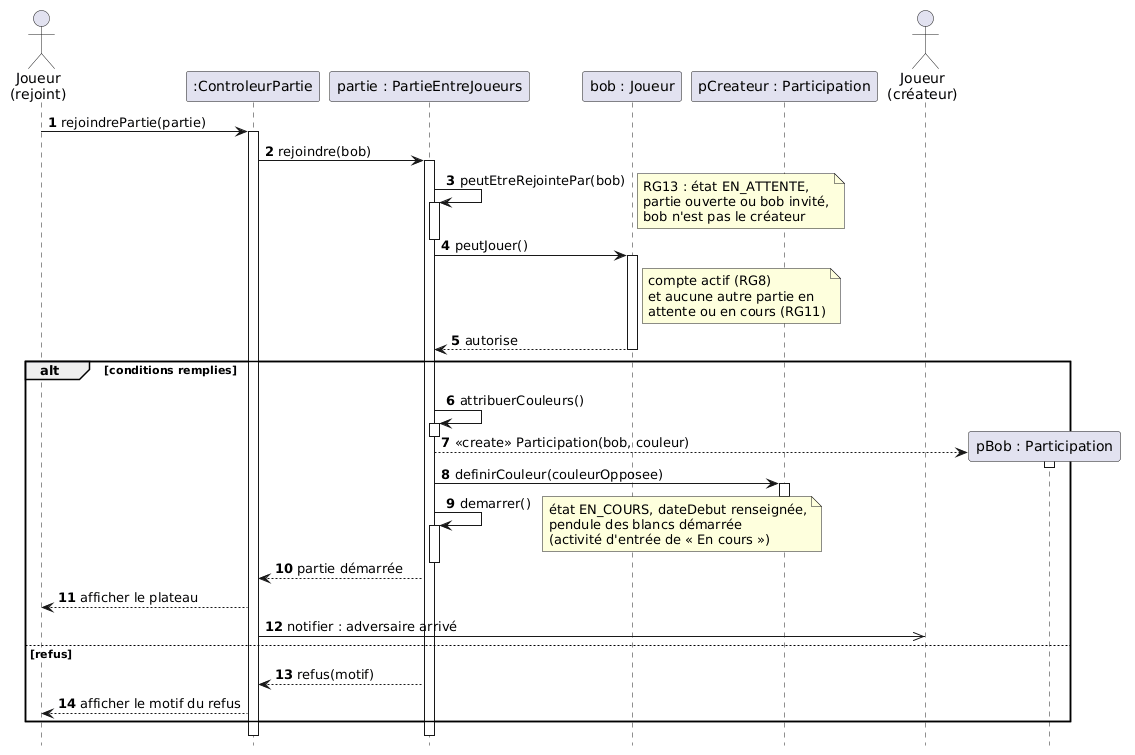
Above: diagrams/sequence-rejoindre-partie.png in kevinBissouth/projet_echecs_tic315 (PlantUML), before the change.
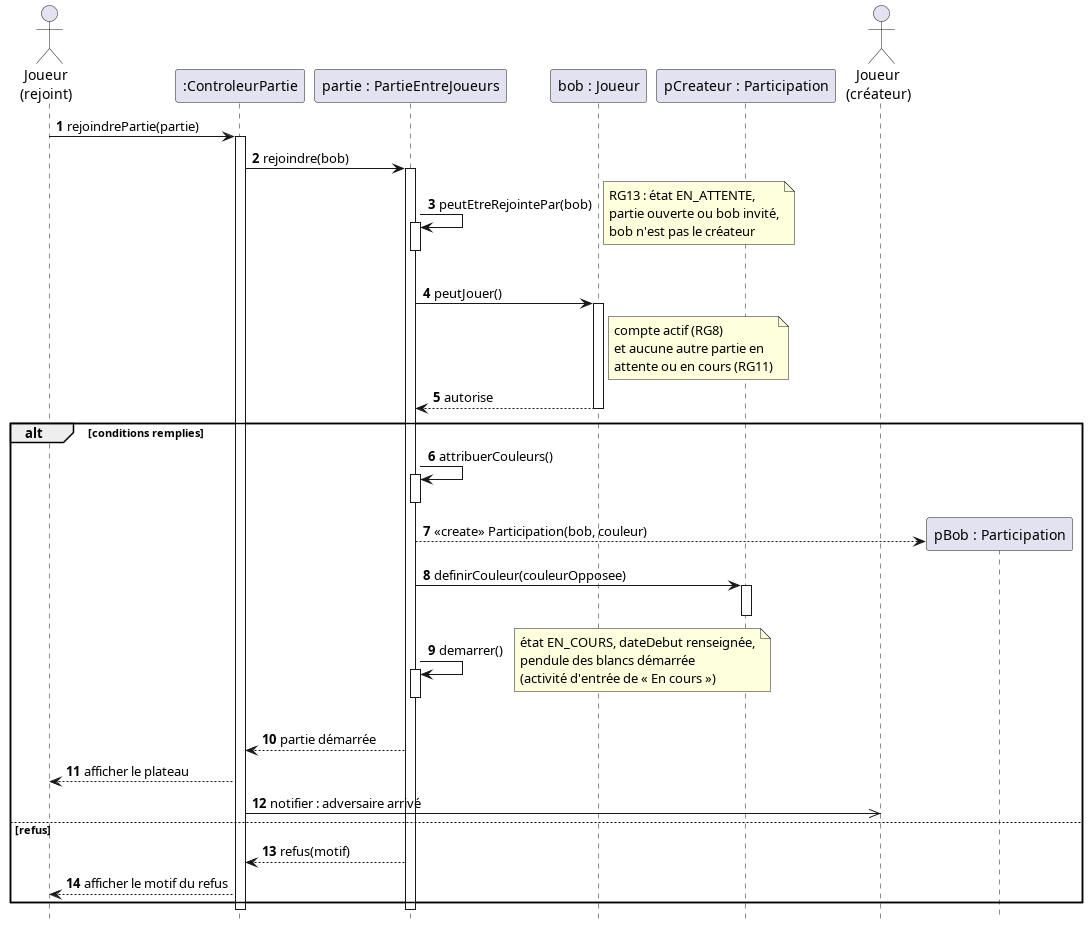
Later version of the same file.

The edit, as a diff of the source:
```diff
@@ -1,4 +1,4 @@
-@startuml
+@startuml sequence-rejoindre-partie
 
 autonumber
 hide footbox
@@ -23,8 +23,7 @@
   partie -> partie ++ : attribuerCouleurs()
   deactivate partie
   create "pBob : Participation" as pBob
-  partie --> pBob ++ : <<create>> Participation(bob, couleur)
-  deactivate pBob
+  partie --> pBob : <<create>> Participation(bob, couleur)
   partie -> pCreateur ++ : definirCouleur(couleurOpposee)
   deactivate pCreateur
   partie -> partie ++ : demarrer()
@@ -39,4 +38,5 @@
 end
 deactivate partie
 deactivate controleur
+
 @enduml
```
